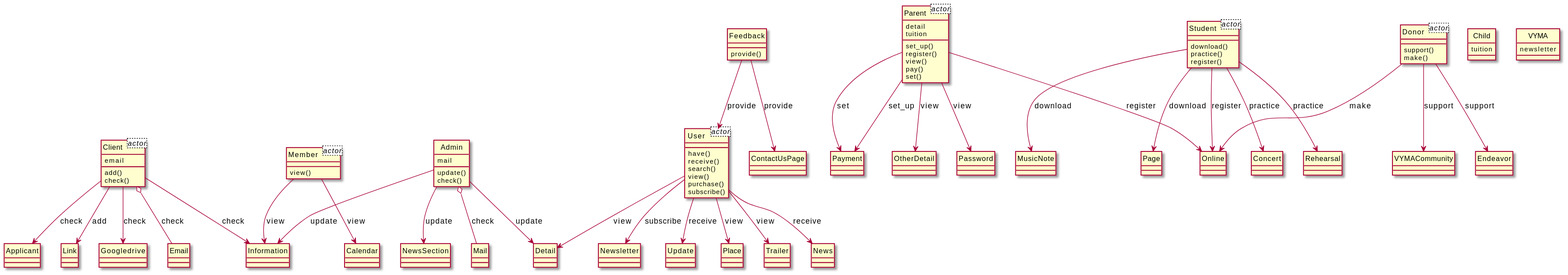
Before: output/diagram_5/2016-USC-Project02.svg, a diagram exported from PlantUML (xixixhalu/DomainModelExtractor).
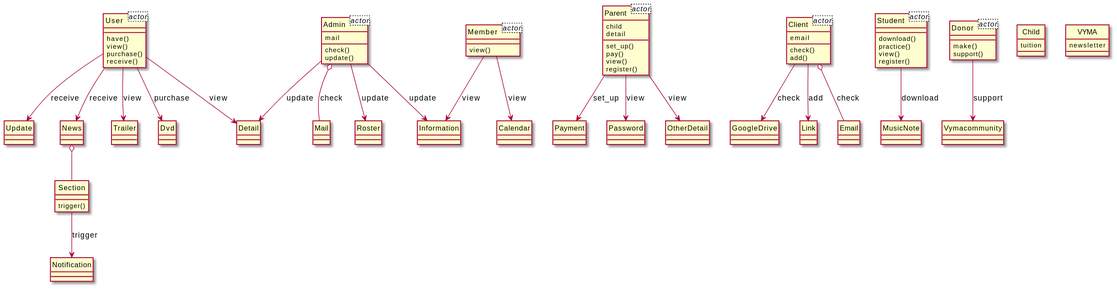
After the change.

Change to the diagram source:
```diff
@@ -3,11 +3,14 @@
 class User<actor> {
 }
 class Parent<actor> {
+	child
 	detail
-	tuition
 }
 class Client<actor> {
 	email
+}
+class Admin<actor> {
+	mail
 }
 class Member<actor> {
 }
@@ -18,128 +21,100 @@
 class Child {
 	tuition
 }
-class Admin {
-	mail
-	update()
-	check()
-}
 class VYMA {
 	newsletter
 }
-class Information {
+class Section {
+	trigger()
+}
+class Donor {
+	make()
+	support()
+}
+class Vymacommunity {
+}
+class Notification {
 }
 class User {
 	have()
-	receive()
-	search()
 	view()
 	purchase()
-	subscribe()
+	receive()
 }
-class Detail {
-}
-class Parent {
-	set_up()
-	register()
-	view()
-	pay()
-	set()
-}
-class Password {
-}
-class Payment {
-}
-class Client {
-	add()
-	check()
-}
-class Googledrive {
+class Dvd {
 }
 class Student {
 	download()
 	practice()
+	view()
 	register()
 }
-class Concert {
+class Parent {
+	set_up()
+	pay()
+	view()
+	register()
 }
-class Newsletter {
+class Payment {
 }
-class Rehearsal {
+class Admin {
+	check()
+	update()
+}
+class Mail {
+}
+class Client {
+	check()
+	add()
+}
+class GoogleDrive {
+}
+class Roster {
+}
+class Password {
+}
+class Detail {
+}
+class MusicNote {
 }
 class Member {
 	view()
 }
-class Feedback {
-	provide()
-}
-class ContactUsPage {
-}
-class MusicNote {
+class Calendar {
 }
 class Update {
 }
-class Page {
+class Link {
 }
-class Donor {
-	support()
-	make()
+class Information {
 }
-class Online {
+class News {
 }
 class Email {
-}
-class Place {
-}
-class Calendar {
-}
-class NewsSection {
 }
 class OtherDetail {
 }
 class Trailer {
 }
-class Applicant {
-}
-class News {
-}
-class VYMACommunity {
-}
-class Link {
-}
-class Mail {
-}
-class Endeavor {
-}
+User --> Detail : view
+Member --> Calendar : view
+User --> Dvd : purchase
+User --> Update : receive
+Parent --> Payment : set_up
+Client --> Link : add
+Member --> Information : view
+Admin o-- Mail : check
+Admin --> Information : update
+Donor --> Vymacommunity : support
+User --> News : receive
+Client --> GoogleDrive : check
+Section --> Notification : trigger
+Client o-- Email : check
+Admin --> Roster : update
+Parent --> OtherDetail : view
+Parent --> Password : view
 User --> Trailer : view
-Parent --> Password : view
-Parent --> Online : register
-User --> Update : receive
-Parent --> Payment : set
-Client --> Applicant : check
-Student --> Page : download
-User --> News : receive
-Student --> Online : register
-Client --> Googledrive : check
-Client --> Information : check
-Donor --> VYMACommunity : support
-Donor --> Online : make
-Student --> Concert : practice
-Client --> Link : add
-Client o-- Email : check
-Parent --> Payment : set_up
-User --> Newsletter : subscribe
+News o-- Section
 Admin --> Detail : update
-Admin o-- Mail : check
-Student --> Rehearsal : practice
-User --> Place : view
-Feedback --> User : provide
-Parent --> OtherDetail : view
-Member --> Information : view
-Donor --> Endeavor : support
-Member --> Calendar : view
-Admin --> Information : update
 Student --> MusicNote : download
-Admin --> NewsSection : update
-Feedback --> ContactUsPage : provide
-User --> Detail : view
 @enduml
```
